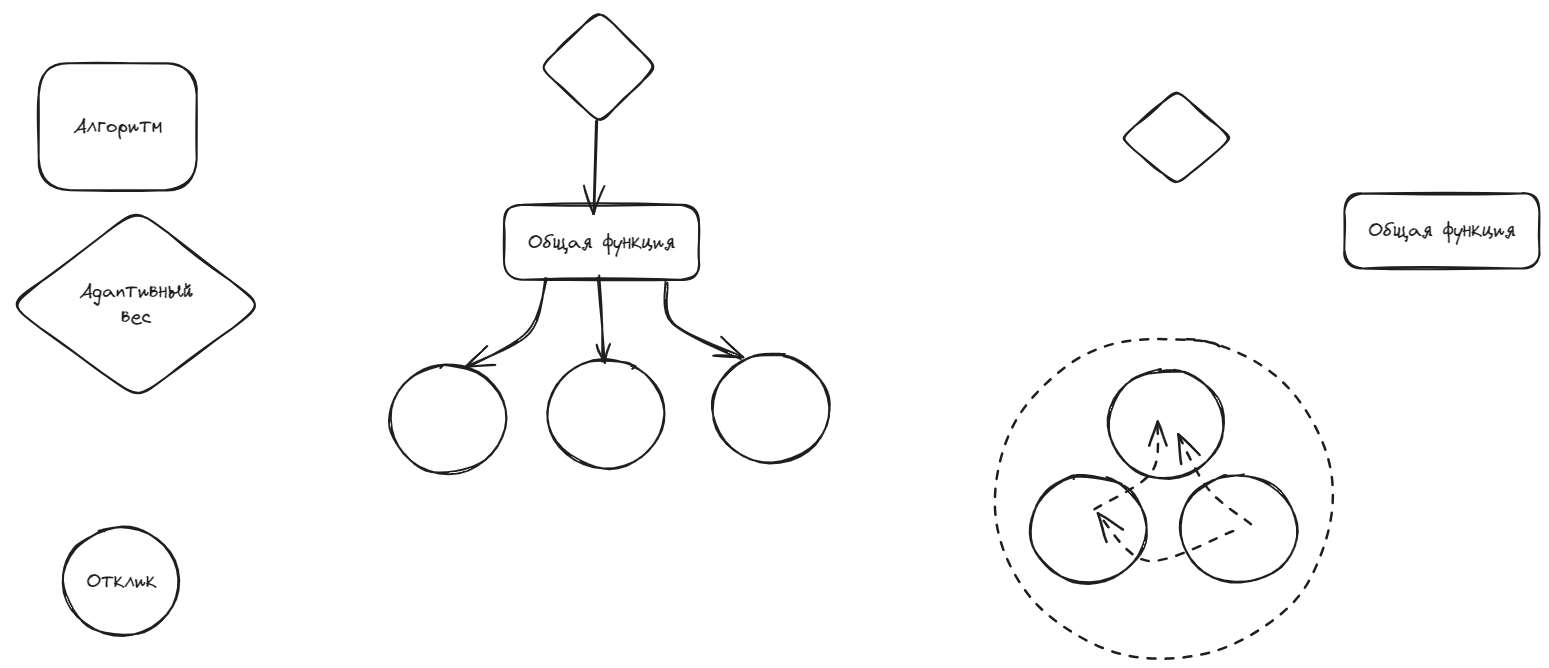
NMashalov/EducationGenerativeModelApplication keeps this Excalidraw diagram as diplom/assets/math/approx/setting.excalidraw.png. Above is the earlier version. Source tidied: one line per element, renumbered; positions are measured from the earlier drawing's top-left corner, leaving out a move shared by most shapes.
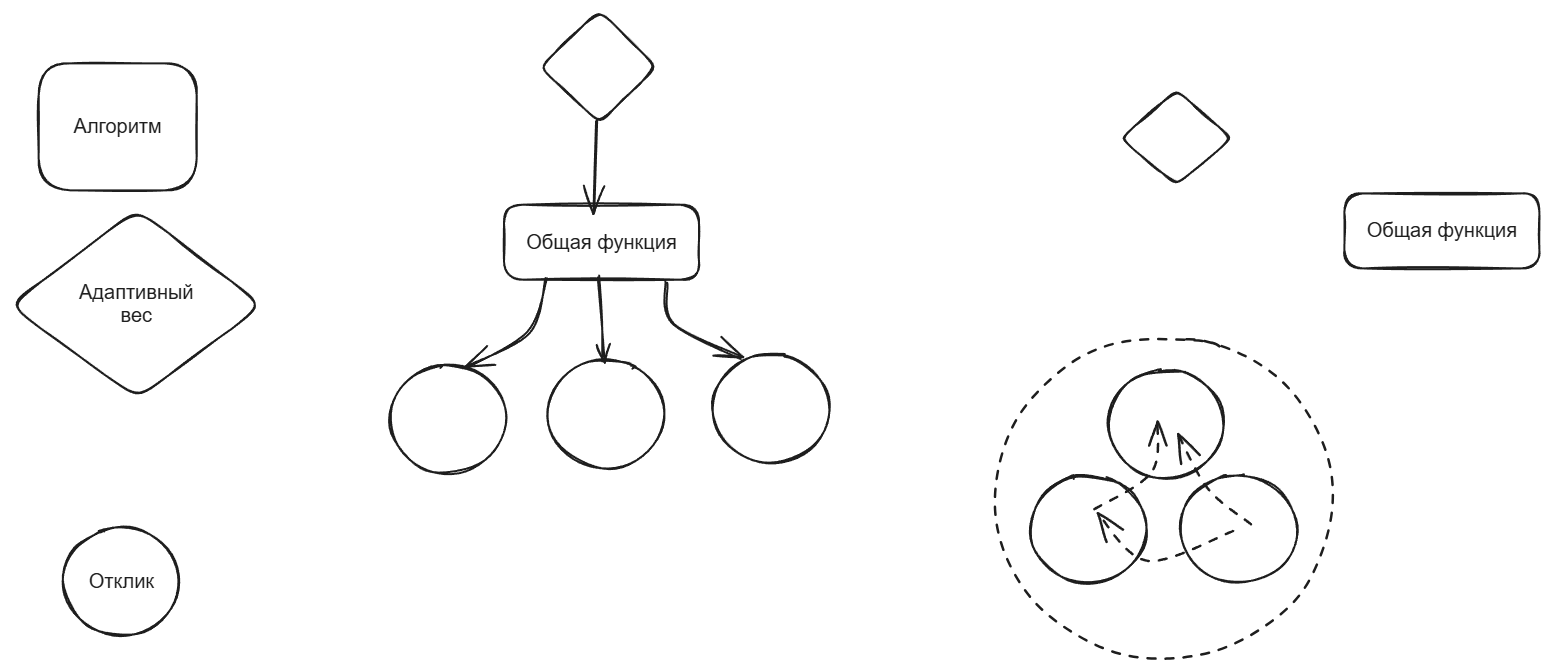
Later version of the same file.

Change to the diagram source:
```diff
@@ -1,21 +1,21 @@
 {"id": 0, "type": "ellipse", "strokeColor": "#1e1e1e", "strokeWidth": 2, "roughness": 1, "round": true, "x": 53, "y": 518, "width": 116, "height": 108}
-{"id": 1, "type": "text", "text": "Отклик", "strokeColor": "#1e1e1e", "strokeWidth": 2, "roughness": 1, "fontSize": 20, "fontFamily": 1, "textAlign": "center", "verticalAlign": "middle", "inside": 0, "x": 77, "y": 559, "width": 70, "height": 25}
+{"id": 1, "type": "text", "text": "Отклик", "strokeColor": "#1e1e1e", "strokeWidth": 2, "roughness": 1, "fontSize": 20, "fontFamily": 2, "textAlign": "center", "verticalAlign": "middle", "inside": 0, "x": 79, "y": 560, "width": 65, "height": 23}
 {"id": 2, "type": "ellipse", "strokeColor": "#1e1e1e", "strokeWidth": 2, "roughness": 1, "round": true, "x": 380, "y": 355, "width": 116, "height": 108}
 {"id": 3, "type": "diamond", "strokeColor": "#1e1e1e", "strokeWidth": 2, "roughness": 1, "round": true, "x": 0, "y": 199, "width": 253, "height": 190}
-{"id": 4, "type": "text", "text": "Адаптивный\nвес", "strokeColor": "#1e1e1e", "strokeWidth": 2, "roughness": 1, "fontSize": 20, "fontFamily": 1, "textAlign": "center", "verticalAlign": "middle", "inside": 3, "x": 69, "y": 269, "width": 114, "height": 50}
+{"id": 4, "type": "text", "text": "Адаптивный\nвес", "strokeColor": "#1e1e1e", "strokeWidth": 2, "roughness": 1, "fontSize": 20, "fontFamily": 2, "textAlign": "center", "verticalAlign": "middle", "inside": 3, "x": 69, "y": 271, "width": 115, "height": 46}
 {"id": 5, "type": "rectangle", "strokeColor": "#1e1e1e", "strokeWidth": 2, "roughness": 1, "round": true, "x": 29, "y": 53, "width": 158, "height": 127}
-{"id": 6, "type": "text", "text": "Алгоритм", "strokeColor": "#1e1e1e", "strokeWidth": 2, "roughness": 1, "fontSize": 20, "fontFamily": 1, "textAlign": "center", "verticalAlign": "middle", "inside": 5, "x": 63, "y": 104, "width": 89, "height": 25}
+{"id": 6, "type": "text", "text": "Алгоритм", "strokeColor": "#1e1e1e", "strokeWidth": 2, "roughness": 1, "fontSize": 20, "fontFamily": 2, "textAlign": "center", "verticalAlign": "middle", "inside": 5, "x": 64, "y": 105, "width": 88, "height": 23}
 {"id": 7, "type": "ellipse", "strokeColor": "#1e1e1e", "strokeWidth": 2, "roughness": 1, "round": true, "x": 538, "y": 350, "width": 116, "height": 108}
 {"id": 8, "type": "ellipse", "strokeColor": "#1e1e1e", "strokeWidth": 2, "roughness": 1, "round": true, "x": 703, "y": 344, "width": 116, "height": 108}
 {"id": 9, "type": "rectangle", "strokeColor": "#1e1e1e", "strokeWidth": 2, "roughness": 1, "round": true, "x": 494, "y": 195, "width": 195, "height": 75}
-{"id": 10, "type": "text", "text": "Общая функция", "strokeColor": "#1e1e1e", "strokeWidth": 2, "roughness": 1, "fontSize": 20, "fontFamily": 1, "textAlign": "center", "verticalAlign": "middle", "inside": 9, "x": 518, "y": 220, "width": 147, "height": 25}
+{"id": 10, "type": "text", "text": "Общая функция", "strokeColor": "#1e1e1e", "strokeWidth": 2, "roughness": 1, "fontSize": 20, "fontFamily": 2, "textAlign": "center", "verticalAlign": "middle", "inside": 9, "x": 516, "y": 221, "width": 150, "height": 23}
 {"id": 11, "type": "arrow", "strokeColor": "#1e1e1e", "strokeWidth": 2, "roughness": 1, "endArrowhead": "arrow", "round": true, "to": 2, "x": 537, "y": 267, "width": 81, "height": 90, "points": [[0, 0], [-19, 55], [-81, 90]]}
 {"id": 12, "type": "arrow", "strokeColor": "#1e1e1e", "strokeWidth": 2, "roughness": 1, "endArrowhead": "arrow", "round": true, "from": 9, "to": 8, "x": 656, "y": 271, "width": 76, "height": 77, "points": [[0, 0], [7, 43], [76, 77]]}
 {"id": 13, "type": "arrow", "strokeColor": "#1e1e1e", "strokeWidth": 2, "roughness": 1, "endArrowhead": "arrow", "round": true, "x": 589, "y": 267, "width": 4, "height": 85, "points": [[0, 0], [2, 46], [4, 85]]}
 {"id": 14, "type": "diamond", "strokeColor": "#1e1e1e", "strokeWidth": 2, "roughness": 1, "round": true, "x": 530, "y": 0, "width": 117, "height": 113}
 {"id": 15, "type": "arrow", "strokeColor": "#1e1e1e", "strokeWidth": 2, "roughness": 1, "endArrowhead": "arrow", "round": true, "x": 587, "y": 110, "width": 3, "height": 93, "points": [[0, 0], [-3, 93]]}
 {"id": 16, "type": "rectangle", "strokeColor": "#1e1e1e", "strokeWidth": 2, "roughness": 1, "round": true, "x": 1334, "y": 183, "width": 195, "height": 75}
-{"id": 17, "type": "text", "text": "Общая функция", "strokeColor": "#1e1e1e", "strokeWidth": 2, "roughness": 1, "fontSize": 20, "fontFamily": 1, "textAlign": "center", "verticalAlign": "middle", "inside": 16, "x": 1358, "y": 208, "width": 147, "height": 25}
+{"id": 17, "type": "text", "text": "Общая функция", "strokeColor": "#1e1e1e", "strokeWidth": 2, "roughness": 1, "fontSize": 20, "fontFamily": 2, "textAlign": "center", "verticalAlign": "middle", "inside": 16, "x": 1357, "y": 209, "width": 150, "height": 23}
 {"id": 18, "type": "diamond", "strokeColor": "#1e1e1e", "strokeWidth": 2, "roughness": 1, "round": true, "x": 1110, "y": 80, "width": 112, "height": 95}
 {"id": 19, "type": "ellipse", "strokeColor": "#1e1e1e", "strokeWidth": 2, "roughness": 1, "round": true, "x": 1020, "y": 465, "width": 116, "height": 108}
 {"id": 20, "type": "ellipse", "strokeColor": "#1e1e1e", "strokeWidth": 2, "roughness": 1, "round": true, "x": 1098, "y": 360, "width": 116, "height": 108}
```
